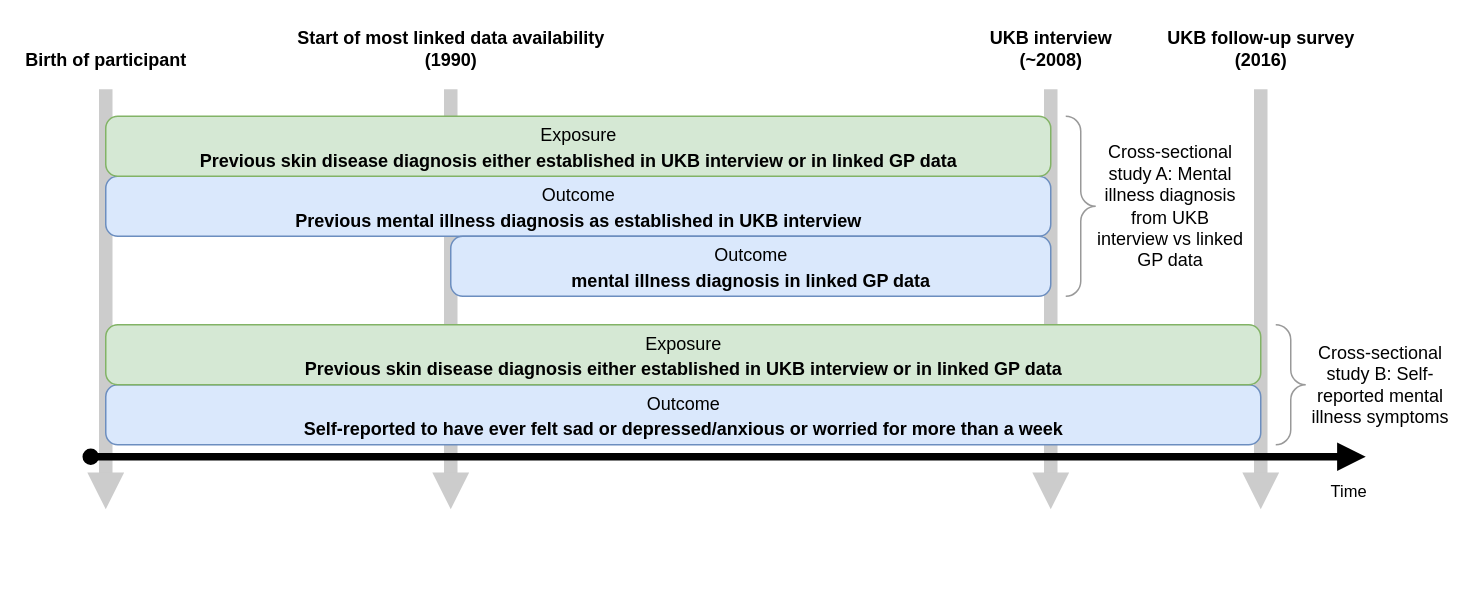
The draw.io diagram diagrams/biobank_study_diagram.drawio in hendersonad/2022_biobank, before the edit. Source tidied: cells renumbered, new cells numbered last; positions are measured from the earlier drawing's top-left corner, leaving out a move shared by most shapes. Both pictures are drawn from the tidied source at 150%, with x=0, y=0 at pixel (90, 88).
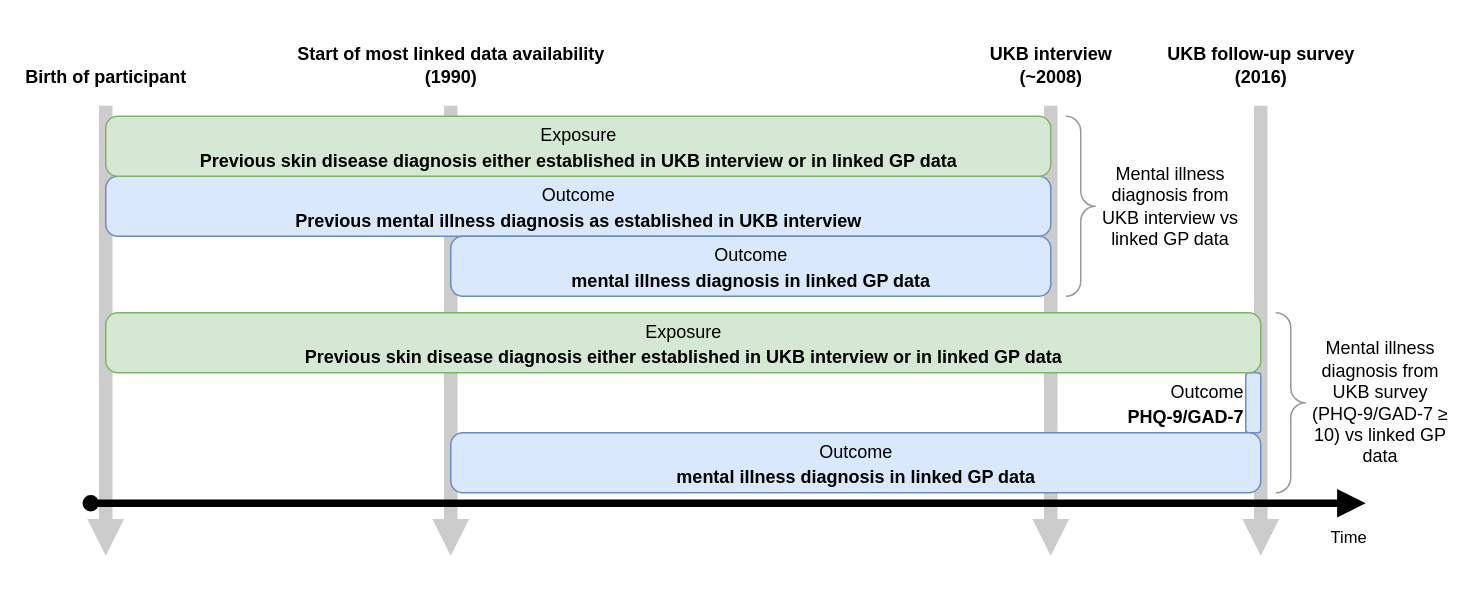
The same diagram, later.

The edit, as a diff of the source:
```diff
@@
     <mxCell id="2" value="&lt;div&gt;&lt;b style=&quot;background-color: initial;&quot;&gt;Birth of participant&lt;/b&gt;&lt;br&gt;&lt;/div&gt;" style="endArrow=block;html=1;strokeWidth=9;fontSize=12;endSize=1;endFill=1;startSize=6;fillColor=#f5f5f5;strokeColor=#CCCCCC;labelPosition=center;verticalLabelPosition=top;align=center;verticalAlign=bottom;labelBorderColor=none;labelBackgroundColor=none;orthogonalLoop=0;anchorPointDirection=0;" parent="1" edge="1">
       <mxGeometry x="-1" y="-10" relative="1" as="geometry">
-        <mxPoint x="10" as="sourcePoint" />
-        <mxPoint x="10" y="280" as="targetPoint" />
+        <mxPoint x="10" y="11" as="sourcePoint" />
+        <mxPoint x="10" y="311" as="targetPoint" />
         <mxPoint x="10" y="-10" as="offset" />
       </mxGeometry>
     </mxCell>
     <mxCell id="3" value="&lt;div&gt;&lt;b&gt;UKB follow-up survey&lt;/b&gt;&lt;/div&gt;&lt;div&gt;&lt;b&gt;(2016)&lt;/b&gt;&lt;/div&gt;" style="endArrow=block;html=1;strokeWidth=9;fontSize=12;endSize=1;endFill=1;startSize=6;fillColor=#f5f5f5;strokeColor=#CCCCCC;labelPosition=center;verticalLabelPosition=top;align=center;verticalAlign=bottom;labelBorderColor=none;labelBackgroundColor=none;orthogonalLoop=0;anchorPointDirection=0;" parent="1" edge="1">
       <mxGeometry x="-1" y="-10" relative="1" as="geometry">
-        <mxPoint x="780" as="sourcePoint" />
-        <mxPoint x="780" y="280" as="targetPoint" />
+        <mxPoint x="780" y="11" as="sourcePoint" />
+        <mxPoint x="780" y="311" as="targetPoint" />
         <mxPoint x="10" y="-10" as="offset" />
       </mxGeometry>
     </mxCell>
     <mxCell id="4" value="&lt;div&gt;&lt;b style=&quot;background-color: initial;&quot;&gt;Start of most linked data availability&lt;br&gt;(1990)&lt;/b&gt;&lt;br&gt;&lt;/div&gt;" style="endArrow=block;html=1;strokeWidth=9;fontSize=12;endSize=1;endFill=1;startSize=6;fillColor=#f5f5f5;strokeColor=#CCCCCC;labelPosition=center;verticalLabelPosition=top;align=center;verticalAlign=bottom;labelBorderColor=none;labelBackgroundColor=none;orthogonalLoop=0;anchorPointDirection=0;" parent="1" edge="1">
       <mxGeometry x="-1" y="-10" relative="1" as="geometry">
-        <mxPoint x="240" as="sourcePoint" />
-        <mxPoint x="240" y="280" as="targetPoint" />
+        <mxPoint x="240" y="11" as="sourcePoint" />
+        <mxPoint x="240" y="311" as="targetPoint" />
         <mxPoint x="10" y="-10" as="offset" />
       </mxGeometry>
     </mxCell>
     <mxCell id="5" value="&lt;div&gt;&lt;b&gt;UKB interview&lt;/b&gt;&lt;/div&gt;&lt;div&gt;&lt;b&gt;(~2008)&lt;/b&gt;&lt;/div&gt;" style="endArrow=block;html=1;strokeWidth=9;fontSize=12;endSize=1;endFill=1;startSize=6;fillColor=#f5f5f5;strokeColor=#CCCCCC;labelPosition=center;verticalLabelPosition=top;align=center;verticalAlign=bottom;labelBorderColor=none;labelBackgroundColor=none;orthogonalLoop=0;anchorPointDirection=0;" parent="1" edge="1">
       <mxGeometry x="-1" y="-10" relative="1" as="geometry">
-        <mxPoint x="640" as="sourcePoint" />
-        <mxPoint x="640" y="280" as="targetPoint" />
+        <mxPoint x="640" y="11" as="sourcePoint" />
+        <mxPoint x="640" y="311" as="targetPoint" />
         <mxPoint x="10" y="-10" as="offset" />
       </mxGeometry>
     </mxCell>
     <mxCell id="6" value="Time" style="endArrow=block;html=1;startArrow=oval;startFill=1;strokeWidth=5;endFill=1;labelPosition=right;verticalLabelPosition=bottom;align=left;verticalAlign=top;" parent="1" edge="1">
       <mxGeometry x="0.94" y="-10" relative="1" as="geometry">
-        <mxPoint y="245" as="sourcePoint" />
-        <mxPoint x="850" y="245" as="targetPoint" />
+        <mxPoint y="276" as="sourcePoint" />
+        <mxPoint x="850" y="276" as="targetPoint" />
       </mxGeometry>
     </mxCell>
@@
-    <mxCell id="9" value="&lt;font&gt;&lt;span style=&quot;font-size: 12px&quot;&gt;Outcome&lt;br&gt;&lt;/span&gt;&lt;b style=&quot;font-size: 12px;&quot;&gt;Self-reported to have ever felt sad or depressed/anxious or worried for more than a week&lt;/b&gt;&lt;span style=&quot;font-size: 12px&quot;&gt;&lt;br&gt;&lt;/span&gt;&lt;/font&gt;" style="rounded=1;html=1;fontSize=14;fillColor=#dae8fc;strokeColor=#6c8ebf;arcSize=20;labelPosition=center;verticalLabelPosition=middle;align=center;verticalAlign=middle;absoluteArcSize=0;gradientDirection=west;" parent="1" vertex="1">
-      <mxGeometry x="10" y="197" width="770" height="40" as="geometry" />
+    <mxCell id="9" value="&lt;font&gt;&lt;span style=&quot;font-size: 12px&quot;&gt;Outcome&lt;br&gt;&lt;/span&gt;&lt;b style=&quot;font-size: 12px;&quot;&gt;PHQ-9/GAD-7&lt;/b&gt;&lt;span style=&quot;font-size: 12px&quot;&gt;&lt;br&gt;&lt;/span&gt;&lt;/font&gt;" style="rounded=1;html=1;fontSize=14;fillColor=#dae8fc;strokeColor=#6c8ebf;arcSize=20;labelPosition=left;verticalLabelPosition=middle;align=right;verticalAlign=middle;absoluteArcSize=0;gradientDirection=west;" parent="1" vertex="1">
+      <mxGeometry x="770" y="189" width="10" height="40" as="geometry" />
     </mxCell>
@@
     <mxCell id="11" value="&lt;font&gt;&lt;span style=&quot;font-size: 12px&quot;&gt;Exposure&lt;br&gt;&lt;b&gt;Previous skin disease diagnosis either established in UKB interview or in linked GP data&lt;/b&gt;&lt;br&gt;&lt;/span&gt;&lt;/font&gt;" style="rounded=1;html=1;fontSize=14;fillColor=#d5e8d4;strokeColor=#82b366;arcSize=20;labelPosition=center;verticalLabelPosition=middle;align=center;verticalAlign=middle;absoluteArcSize=0;gradientDirection=west;" parent="1" vertex="1">
-      <mxGeometry x="10" y="157" width="770" height="40" as="geometry" />
+      <mxGeometry x="10" y="149" width="770" height="40" as="geometry" />
     </mxCell>
@@
-    <mxCell id="13" value="Cross-sectional study A: Mental illness diagnosis from UKB interview vs linked GP data" style="text;html=1;strokeColor=none;fillColor=none;align=center;verticalAlign=middle;whiteSpace=wrap;rounded=0;" parent="1" vertex="1">
+    <mxCell id="13" value="Mental illness diagnosis from UKB interview vs linked GP data" style="text;html=1;strokeColor=none;fillColor=none;align=center;verticalAlign=middle;whiteSpace=wrap;rounded=0;" parent="1" vertex="1">
       <mxGeometry x="670" y="63" width="100" height="30" as="geometry" />
     </mxCell>
     <mxCell id="14" style="verticalLabelPosition=bottom;shadow=0;dashed=0;align=center;html=1;verticalAlign=top;strokeWidth=1;shape=mxgraph.mockup.markup.curlyBrace;strokeColor=#999999;gradientColor=#FFFFFF;gradientDirection=west;rotation=90;" parent="1" vertex="1">
-      <mxGeometry x="760" y="187" width="80" height="20" as="geometry" />
+      <mxGeometry x="740" y="199" width="120" height="20" as="geometry" />
     </mxCell>
-    <mxCell id="15" value="Cross-sectional study B: Self-reported mental illness symptoms" style="text;html=1;strokeColor=none;fillColor=none;align=center;verticalAlign=middle;whiteSpace=wrap;rounded=0;" parent="1" vertex="1">
-      <mxGeometry x="810" y="182" width="100" height="30" as="geometry" />
+    <mxCell id="15" value="Mental illness diagnosis from UKB survey (PHQ-9/GAD-7&amp;nbsp;≥ 10) vs linked GP data" style="text;html=1;strokeColor=none;fillColor=none;align=center;verticalAlign=middle;whiteSpace=wrap;rounded=0;" parent="1" vertex="1">
+      <mxGeometry x="810" y="194" width="100" height="30" as="geometry" />
     </mxCell>
+    <mxCell id="16" value="&lt;font&gt;&lt;span style=&quot;font-size: 12px&quot;&gt;Outcome&lt;br&gt;&lt;b&gt;mental illness diagnosis in linked GP data&lt;/b&gt;&lt;/span&gt;&lt;/font&gt;" style="rounded=1;html=1;fontSize=14;fillColor=#dae8fc;strokeColor=#6c8ebf;arcSize=20;labelPosition=center;verticalLabelPosition=middle;align=center;verticalAlign=middle;absoluteArcSize=0;gradientDirection=west;" parent="1" vertex="1">
+      <mxGeometry x="240" y="229" width="540" height="40" as="geometry" />
+    </mxCell>
```
